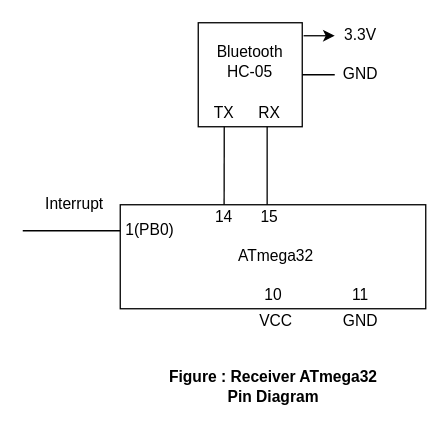
Earlier version of the draw.io diagram Documentation/Diagrams/Draw io files/Receiver Pin Diagram.drawio (prism97/CSE-316-Microcontroller-Project-Laser-Maze). Source tidied: cells renumbered, new cells numbered last; positions are measured from the earlier drawing's top-left corner, leaving out a move shared by most shapes. Both pictures are drawn from the tidied source at 130%, with x=0, y=0 at pixel (22, 22).
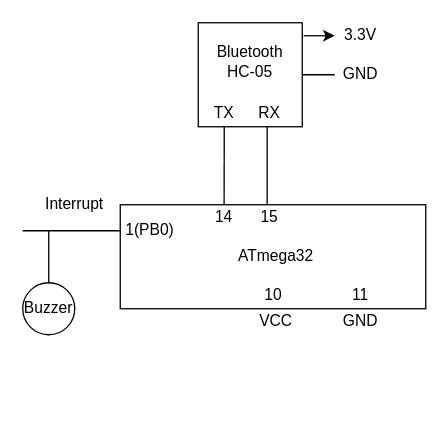
The same diagram, later.

Commit message (it also covers changes not shown here):
Pin Diagrams Final :ok_hand:

Change to the diagram source:
```diff
@@
-    <mxCell id="20" value="Figure : Receiver ATmega32 Pin Diagram" style="text;html=1;strokeColor=none;fillColor=none;align=center;verticalAlign=middle;whiteSpace=wrap;rounded=0;fontStyle=1;" parent="1" vertex="1">
-      <mxGeometry x="102.5" y="270" width="180" height="20" as="geometry" />
-    </mxCell>
@@
+    <mxCell id="24" style="ellipse;whiteSpace=wrap;html=1;" parent="1" vertex="1">
+      <mxGeometry y="200" width="40" height="40" as="geometry" />
+    </mxCell>
+    <mxCell id="25" style="endArrow=none;html=1;exitX=0.5;exitY=0;exitDx=0;exitDy=0;" parent="1" edge="1" source="24">
+      <mxGeometry relative="1" as="geometry">
+        <mxPoint x="20" y="160" as="targetPoint" />
+      </mxGeometry>
+    </mxCell>
+    <mxCell id="26" value="Buzzer" style="text;html=1;strokeColor=none;fillColor=none;align=center;verticalAlign=middle;whiteSpace=wrap;rounded=0;" parent="1" vertex="1">
+      <mxGeometry y="210" width="40" height="20" as="geometry" />
+    </mxCell>
```
